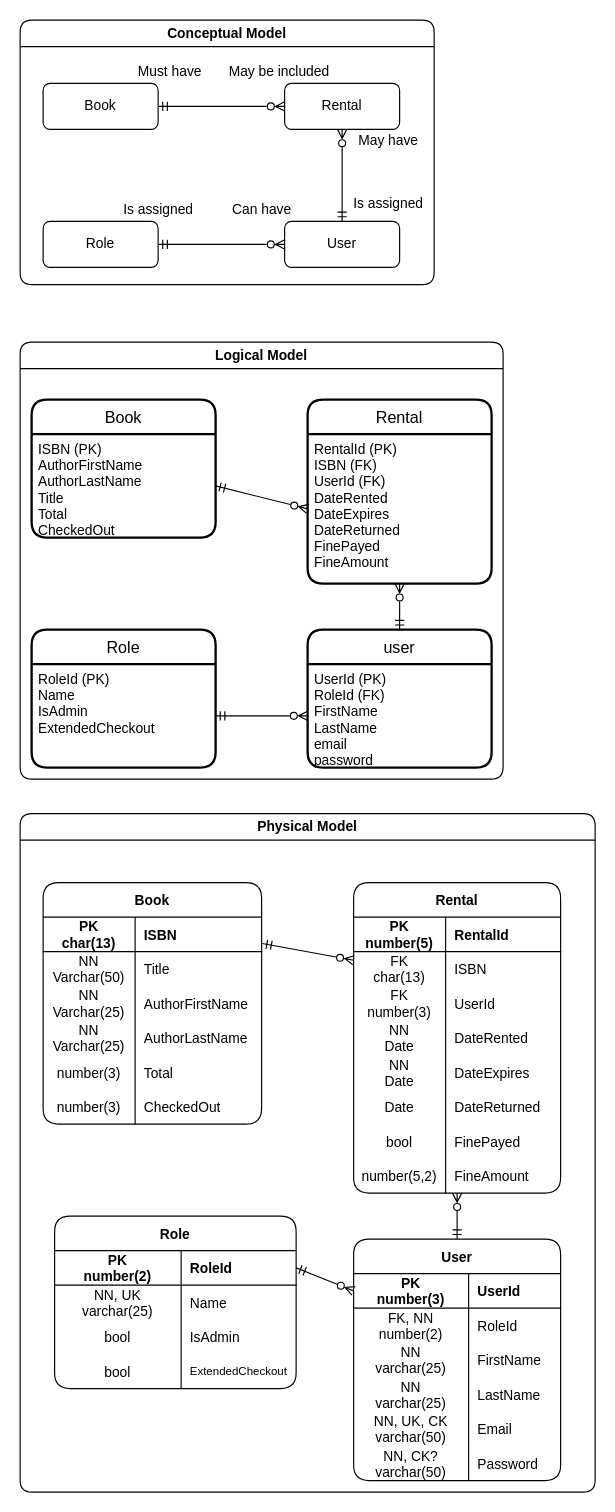
The draw.io diagram SystemDesign/Entity_Relationship_Diagram.drawio in brokolidev/sait-oop2-final, before the edit. Source tidied: cells renumbered, new cells numbered last; positions are measured from the earlier drawing's top-left corner, leaving out a move shared by most shapes. Both pictures are drawn from the tidied source at 115%, with x=0, y=0 at pixel (20, 20).
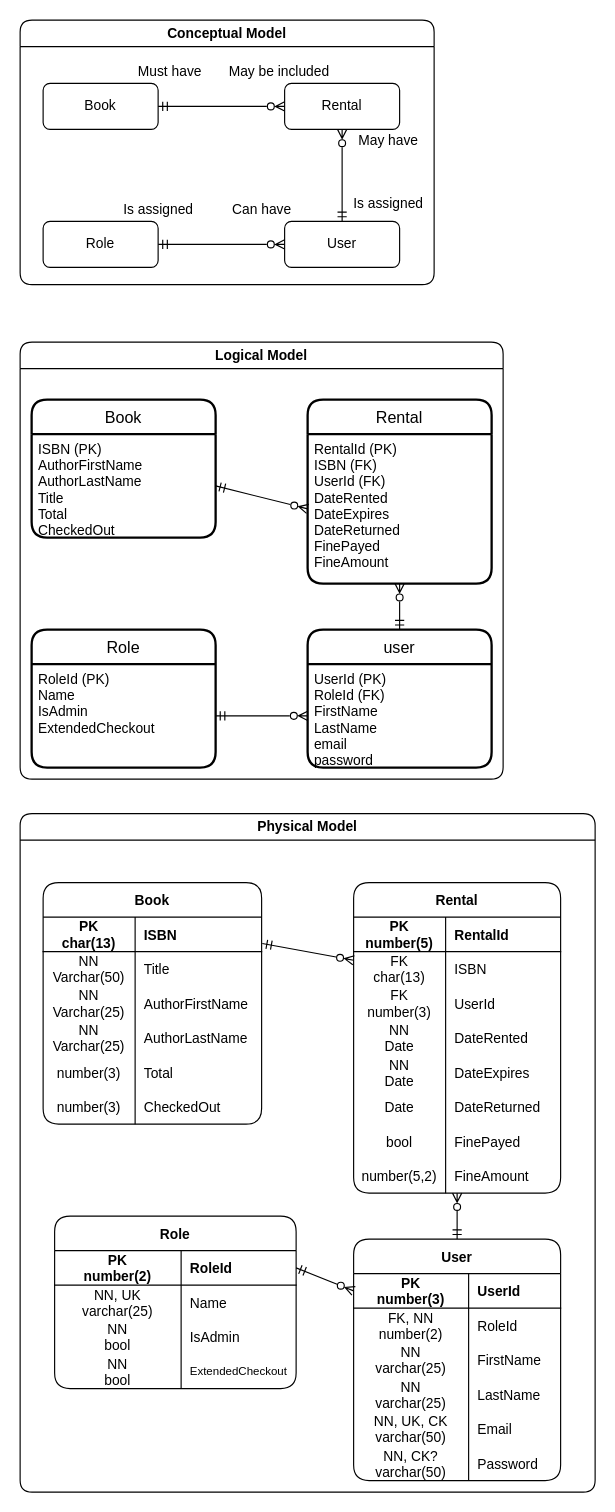
The same diagram, later.

Unchanged cells that the change refers to:
```xml
<mxCell id="81" style="shape=tableRow;horizontal=0;startSize=0;swimlaneHead=0;swimlaneBody=0;fillColor=none;top=0;left=0;right=0;bottom=0;" parent="74" vertex="1">
  <mxGeometry y="90" width="210" height="30" as="geometry" />
</mxCell>
<mxCell id="84" style="shape=tableRow;horizontal=0;startSize=0;swimlaneHead=0;swimlaneBody=0;fillColor=none;top=0;left=0;right=0;bottom=0;" parent="74" vertex="1">
  <mxGeometry y="120" width="210" height="30" as="geometry" />
</mxCell>
```

The edit, as a diff of the source:
```diff
@@
-    <mxCell id="82" value="bool" style="shape=partialRectangle;fillColor=none;top=0;left=0;bottom=0;right=0;fontStyle=0;overflow=hidden;" parent="81" vertex="1">
+    <mxCell id="82" value="NN&#10;bool" style="shape=partialRectangle;fillColor=none;top=0;left=0;bottom=0;right=0;fontStyle=0;overflow=hidden;" parent="81" vertex="1">
       <mxGeometry width="110" height="30" as="geometry" />
     </mxCell>
@@
-    <mxCell id="85" value="bool" style="shape=partialRectangle;fillColor=none;top=0;left=0;bottom=0;right=0;fontStyle=0;overflow=hidden;" parent="84" vertex="1">
+    <mxCell id="85" value="NN&#10;bool" style="shape=partialRectangle;fillColor=none;top=0;left=0;bottom=0;right=0;fontStyle=0;overflow=hidden;" parent="84" vertex="1">
       <mxGeometry width="110" height="30" as="geometry" />
     </mxCell>
```
